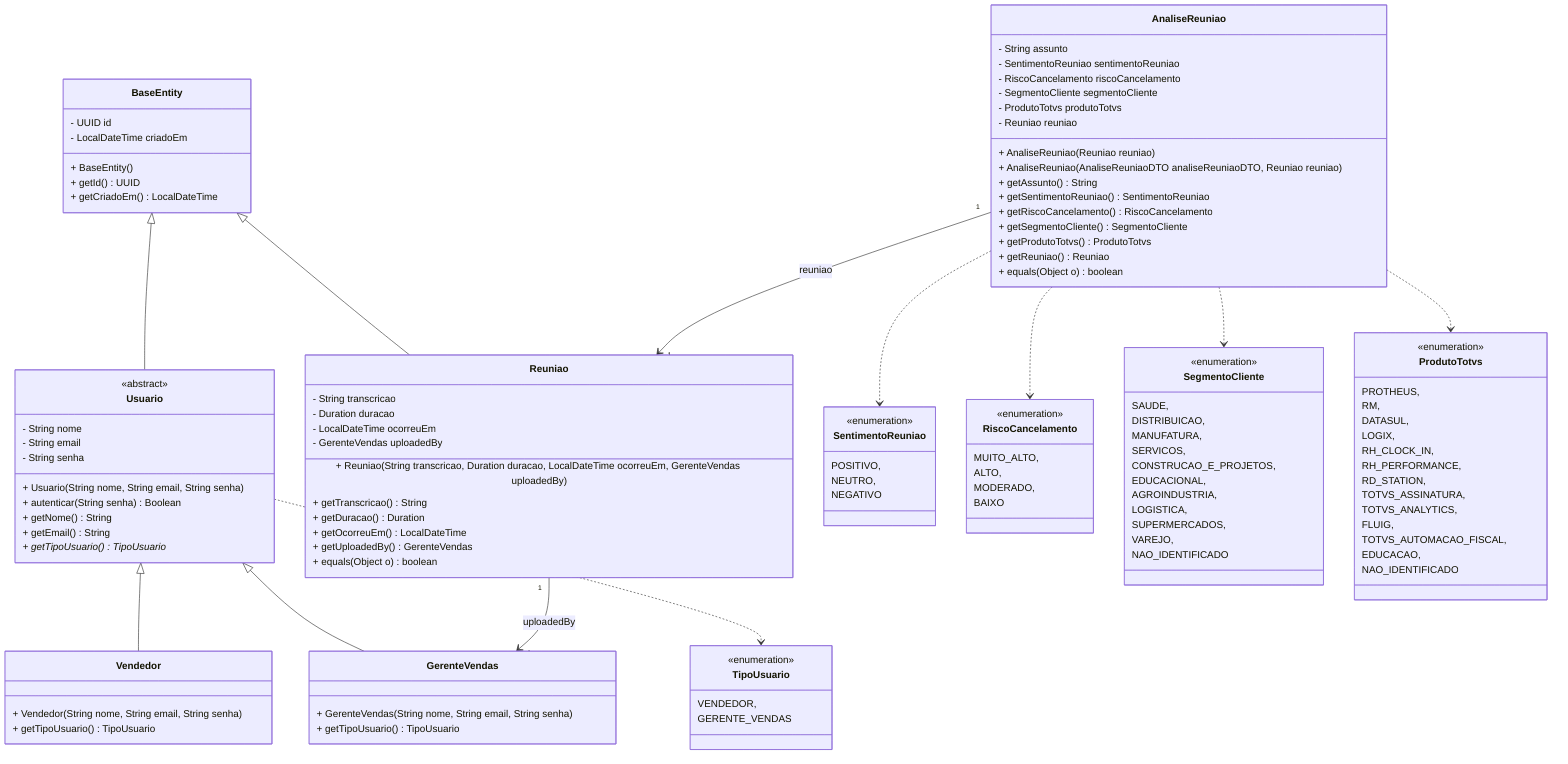
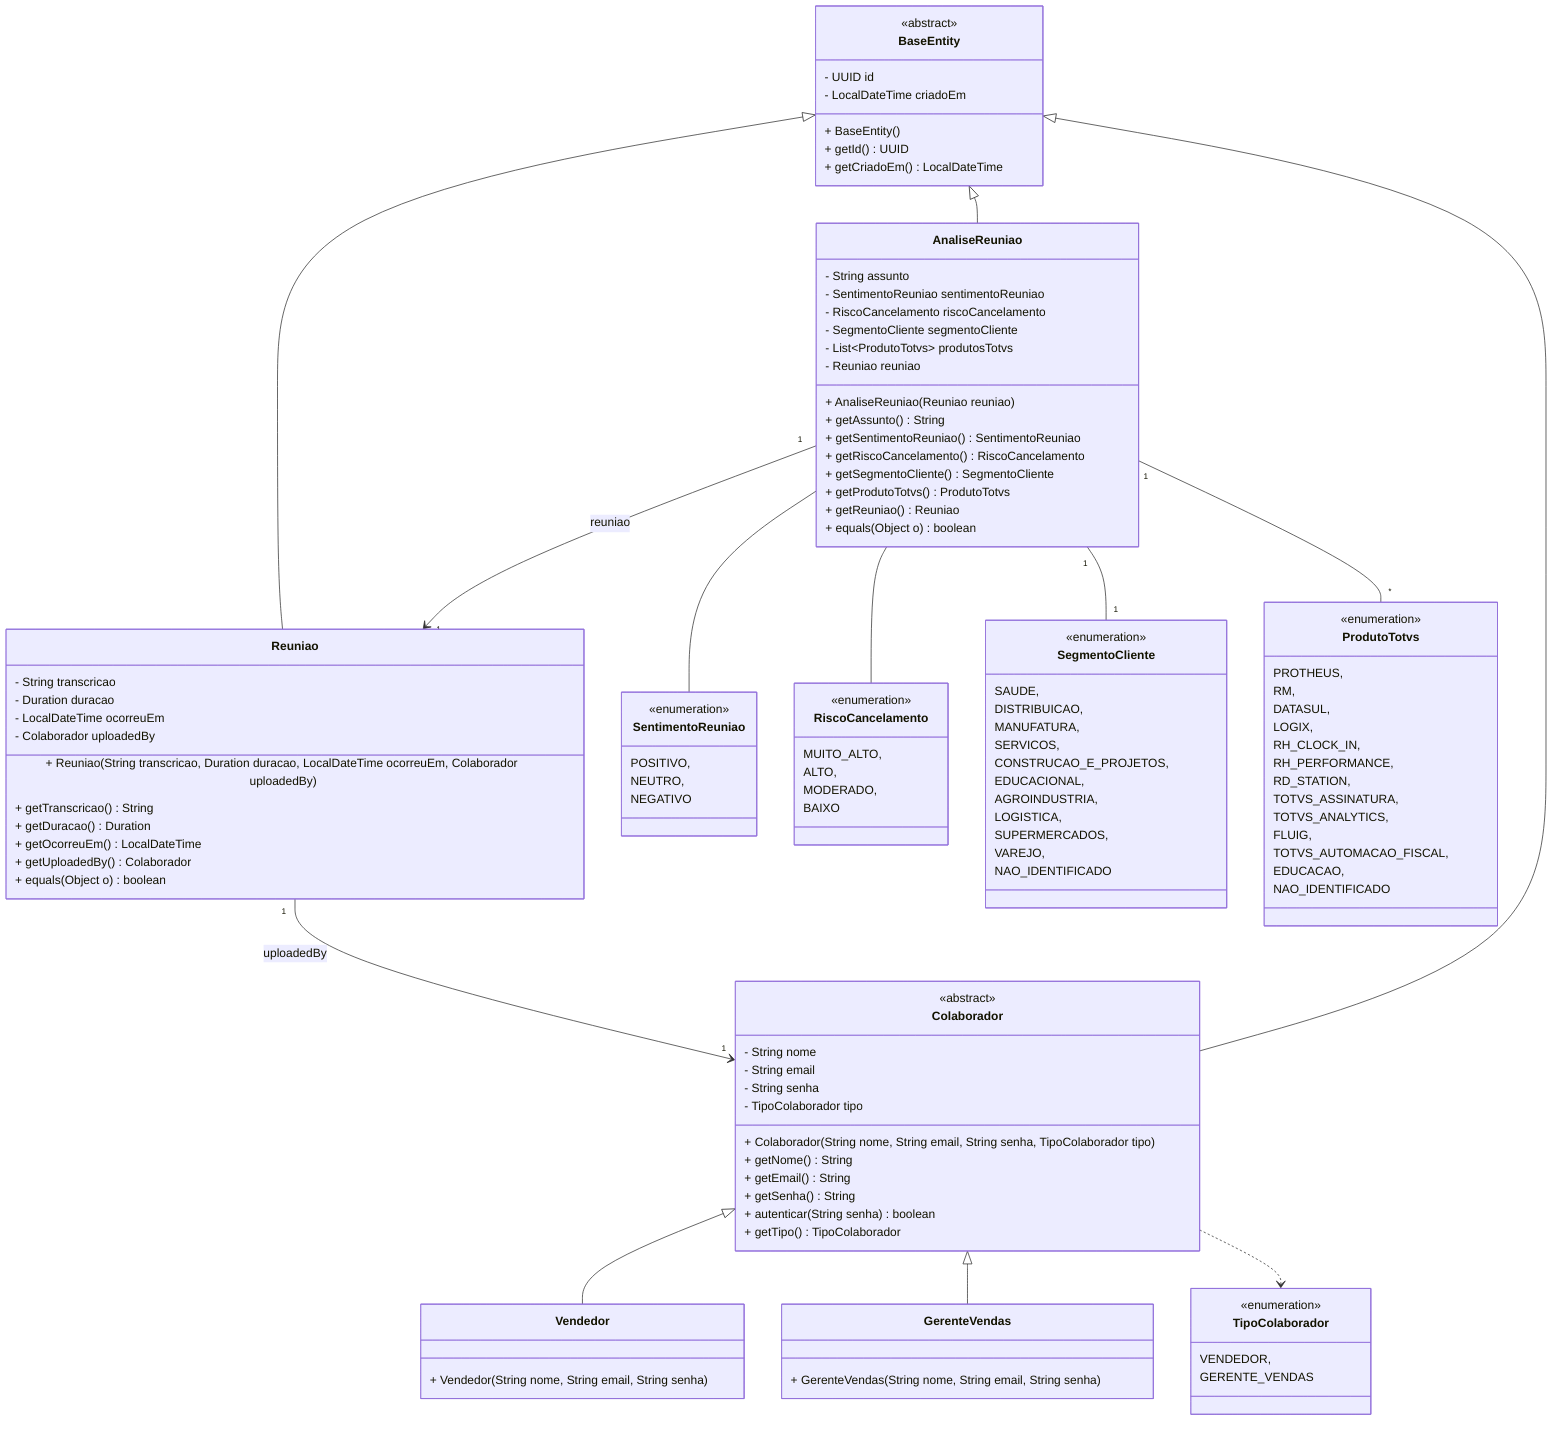
classDiagram
+     direction TB

    class BaseEntity {
+         <<abstract>>
        - UUID id
        - LocalDateTime criadoEm

        + BaseEntity()
        + getId() UUID
        + getCriadoEm() LocalDateTime
    }

-     class Usuario {
+     class Colaborador {
        <<abstract>>
        - String nome
        - String email
        - String senha
+         - TipoColaborador tipo

-         + Usuario(String nome, String email, String senha)
-         + autenticar(String senha) Boolean
+         + Colaborador(String nome, String email, String senha, TipoColaborador tipo)
        + getNome() String
        + getEmail() String
-         + getTipoUsuario()* TipoUsuario
+         + getSenha() String
+         + autenticar(String senha) boolean
+         + getTipo() TipoColaborador
    }

    class Vendedor {
        + Vendedor(String nome, String email, String senha)
-         + getTipoUsuario() TipoUsuario
    }

    class GerenteVendas {
        + GerenteVendas(String nome, String email, String senha)
-         + getTipoUsuario() TipoUsuario
    }

    class Reuniao {
        - String transcricao
        - Duration duracao
        - LocalDateTime ocorreuEm
-         - GerenteVendas uploadedBy
+         - Colaborador uploadedBy

-         + Reuniao(String transcricao, Duration duracao, LocalDateTime ocorreuEm, GerenteVendas uploadedBy)
+         + Reuniao(String transcricao, Duration duracao, LocalDateTime ocorreuEm, Colaborador uploadedBy)
        + getTranscricao() String
        + getDuracao() Duration
        + getOcorreuEm() LocalDateTime
-         + getUploadedBy() GerenteVendas
+         + getUploadedBy() Colaborador
        + equals(Object o) boolean
    }

    class AnaliseReuniao {
        - String assunto
        - SentimentoReuniao sentimentoReuniao
        - RiscoCancelamento riscoCancelamento
        - SegmentoCliente segmentoCliente
-         - ProdutoTotvs produtoTotvs
+         - List~ProdutoTotvs~ produtosTotvs
        - Reuniao reuniao

        + AnaliseReuniao(Reuniao reuniao)
-         + AnaliseReuniao(AnaliseReuniaoDTO analiseReuniaoDTO, Reuniao reuniao)
        + getAssunto() String
        + getSentimentoReuniao() SentimentoReuniao
        + getRiscoCancelamento() RiscoCancelamento
        + getSegmentoCliente() SegmentoCliente
        + getProdutoTotvs() ProdutoTotvs
        + getReuniao() Reuniao
        + equals(Object o) boolean
    }

-     class TipoUsuario {
+     class TipoColaborador {
        <<enumeration>>
        VENDEDOR,
        GERENTE_VENDAS
    }

    class SentimentoReuniao {
        <<enumeration>>
        POSITIVO,
        NEUTRO,
        NEGATIVO
    }

    class RiscoCancelamento {
        <<enumeration>>
        MUITO_ALTO,
        ALTO,
        MODERADO,
        BAIXO
    }

    class SegmentoCliente {
        <<enumeration>>
        SAUDE,
        DISTRIBUICAO,
        MANUFATURA,
        SERVICOS,
        CONSTRUCAO_E_PROJETOS,
        EDUCACIONAL,
        AGROINDUSTRIA,
        LOGISTICA,
        SUPERMERCADOS,
        VAREJO,
        NAO_IDENTIFICADO
    }

    class ProdutoTotvs {
        <<enumeration>>
        PROTHEUS,
        RM,
        DATASUL,
        LOGIX,
        RH_CLOCK_IN,
        RH_PERFORMANCE,
        RD_STATION,
        TOTVS_ASSINATURA,
        TOTVS_ANALYTICS,
        FLUIG,
        TOTVS_AUTOMACAO_FISCAL,
        EDUCACAO,
        NAO_IDENTIFICADO
    }

-     BaseEntity <|-- Usuario
    BaseEntity <|-- Reuniao
+     BaseEntity <|-- AnaliseReuniao
+     BaseEntity <|-- Colaborador

-     Usuario <|-- Vendedor
-     Usuario <|-- GerenteVendas
+     Colaborador <|-- Vendedor
+     Colaborador <|-- GerenteVendas

-     Usuario ..> TipoUsuario
+     Colaborador ..> TipoColaborador

-     Reuniao "1" --> "1" GerenteVendas : uploadedBy
+     Reuniao "1" --> "1" Colaborador : uploadedBy

    AnaliseReuniao "1" --> "1" Reuniao : reuniao

-     AnaliseReuniao ..> SentimentoReuniao
-     AnaliseReuniao ..> RiscoCancelamento
-     AnaliseReuniao ..> SegmentoCliente
-     AnaliseReuniao ..> ProdutoTotvs+     AnaliseReuniao -- SentimentoReuniao
+     AnaliseReuniao -- RiscoCancelamento
+     AnaliseReuniao "1" -- "1" SegmentoCliente
+     AnaliseReuniao "1" -- "*" ProdutoTotvs